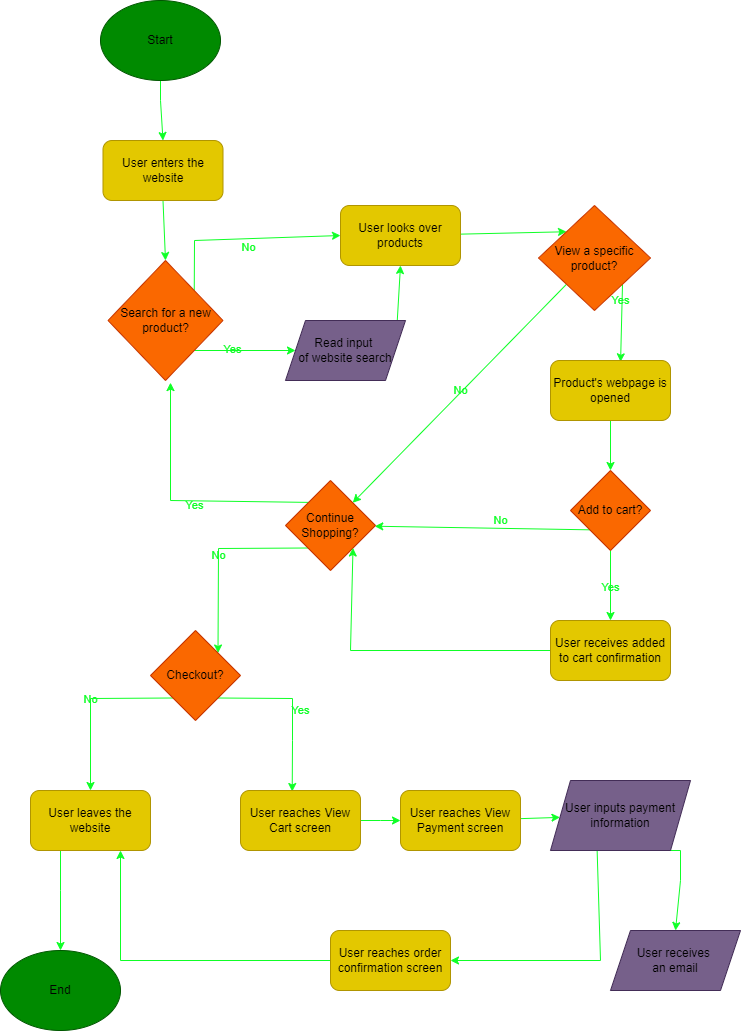
Earlier version of the draw.io export explore/diagramming/diagram.drawio.png (daniel-lee-user/sp23-cse110-lab4). Source tidied: cells renumbered, new cells last; positions are measured from the earlier drawing's top-left corner, leaving out a move shared by most shapes.
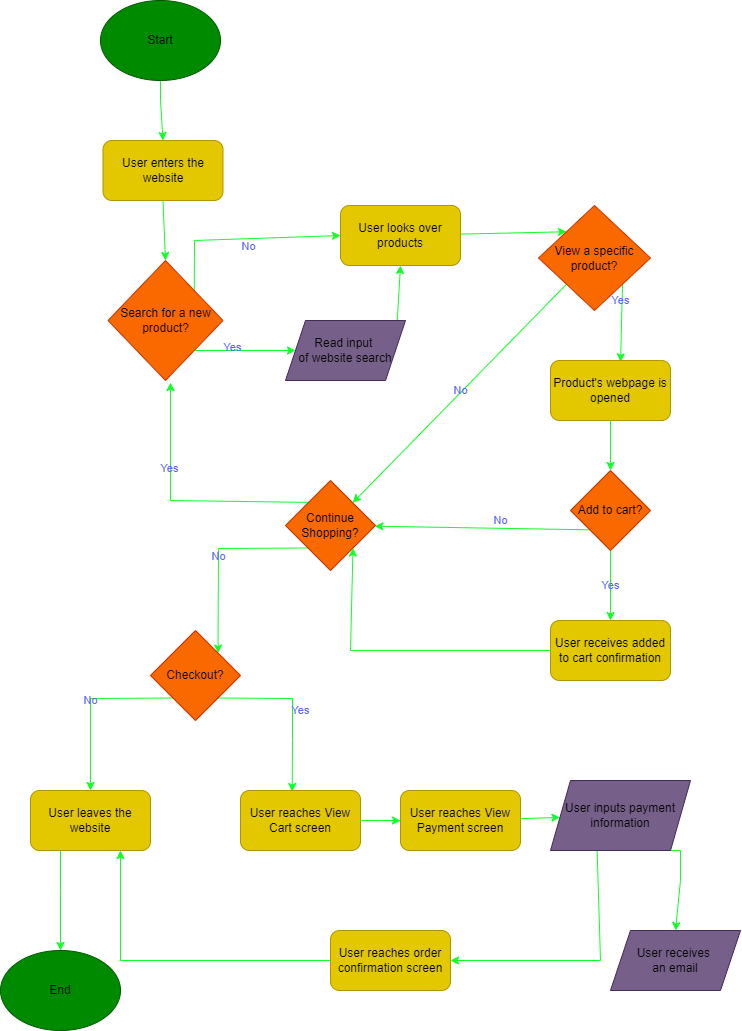
Above is the later version.

Commit message:
changed colors of text

What changed in the source:
```diff
@@ -18,22 +18,22 @@
     <mxCell id="5" value="User enters the website" style="rounded=1;whiteSpace=wrap;html=1;fillColor=#e3c800;strokeColor=#B09500;fontColor=#000000;" parent="1" vertex="1">
       <mxGeometry x="102.5" y="140" width="120" height="60" as="geometry" />
     </mxCell>
-    <mxCell id="6" style="edgeStyle=none;html=1;exitX=1;exitY=0;exitDx=0;exitDy=0;entryX=0;entryY=0.5;entryDx=0;entryDy=0;fontColor=#0FFF27;rounded=0;labelBackgroundColor=none;strokeColor=#0FFF27;" parent="1" edge="1" source="10" target="14">
+    <mxCell id="6" style="edgeStyle=none;html=1;exitX=1;exitY=0;exitDx=0;exitDy=0;entryX=0;entryY=0.5;entryDx=0;entryDy=0;fontColor=#5E64FF;rounded=0;labelBackgroundColor=none;strokeColor=#0FFF27;" parent="1" edge="1" source="10" target="14">
       <mxGeometry relative="1" as="geometry">
         <Array as="points">
           <mxPoint x="194" y="240" />
         </Array>
       </mxGeometry>
     </mxCell>
-    <mxCell id="7" value="&lt;font&gt;No&lt;/font&gt;" style="edgeLabel;html=1;align=center;verticalAlign=middle;fontColor=#0FFF27;strokeColor=#0E1D03;labelBackgroundColor=none;" parent="6" vertex="1">
+    <mxCell id="7" value="&lt;font color=&quot;#5e64ff&quot;&gt;No&lt;/font&gt;" style="edgeLabel;html=1;align=center;verticalAlign=middle;fontColor=#0FFF27;strokeColor=#0E1D03;labelBackgroundColor=none;" parent="6" vertex="1">
       <mxGeometry x="0.2" y="-1" relative="1" as="geometry">
         <mxPoint x="-14" y="7" as="offset" />
       </mxGeometry>
     </mxCell>
-    <mxCell id="8" style="edgeStyle=none;html=1;exitX=1;exitY=1;exitDx=0;exitDy=0;fontColor=#0FFF27;rounded=0;labelBackgroundColor=none;strokeColor=#0FFF27;" parent="1" edge="1" source="10" target="12">
+    <mxCell id="8" style="edgeStyle=none;html=1;exitX=1;exitY=1;exitDx=0;exitDy=0;fontColor=#5E64FF;rounded=0;labelBackgroundColor=none;strokeColor=#0FFF27;" parent="1" edge="1" source="10" target="12">
       <mxGeometry relative="1" as="geometry" />
     </mxCell>
-    <mxCell id="9" value="&lt;font&gt;Yes&lt;/font&gt;" style="edgeLabel;html=1;align=center;verticalAlign=middle;fontColor=#0FFF27;strokeColor=#011D00;labelBackgroundColor=none;" parent="8" vertex="1">
+    <mxCell id="9" value="&lt;font color=&quot;#5e64ff&quot;&gt;Yes&lt;/font&gt;" style="edgeLabel;html=1;align=center;verticalAlign=middle;fontColor=#0FFF27;strokeColor=#011D00;labelBackgroundColor=none;" parent="8" vertex="1">
       <mxGeometry x="-0.25" y="3" relative="1" as="geometry" />
     </mxCell>
     <mxCell id="10" value="Search for a new product?" style="rhombus;whiteSpace=wrap;html=1;fontColor=#000000;fillColor=#fa6800;strokeColor=#C73500;" parent="1" vertex="1">
@@ -45,16 +45,16 @@
     <mxCell id="12" value="&lt;font color=&quot;#000000&quot;&gt;Read input &lt;br&gt;of website search&lt;/font&gt;" style="shape=parallelogram;perimeter=parallelogramPerimeter;whiteSpace=wrap;html=1;fixedSize=1;fontColor=#ffffff;fillColor=#76608a;strokeColor=#432D57;" parent="1" vertex="1">
       <mxGeometry x="285" y="320" width="120" height="60" as="geometry" />
     </mxCell>
-    <mxCell id="13" style="edgeStyle=none;html=1;entryX=0;entryY=0;entryDx=0;entryDy=0;fontColor=#0FFF27;labelBackgroundColor=none;rounded=0;strokeColor=#0FFF27;" parent="1" edge="1" source="14" target="17">
+    <mxCell id="13" style="edgeStyle=none;html=1;entryX=0;entryY=0;entryDx=0;entryDy=0;fontColor=#5E64FF;labelBackgroundColor=none;rounded=0;strokeColor=#0FFF27;" parent="1" edge="1" source="14" target="17">
       <mxGeometry relative="1" as="geometry" />
     </mxCell>
     <mxCell id="14" value="User looks over products" style="rounded=1;whiteSpace=wrap;html=1;fontColor=#000000;fillColor=#e3c800;strokeColor=#B09500;" parent="1" vertex="1">
       <mxGeometry x="340" y="205" width="120" height="60" as="geometry" />
     </mxCell>
-    <mxCell id="15" value="&lt;font&gt;No&lt;/font&gt;" style="edgeStyle=none;html=1;exitX=0;exitY=1;exitDx=0;exitDy=0;fontColor=#0FFF27;rounded=0;labelBackgroundColor=none;strokeColor=#0FFF27;" parent="1" edge="1" source="17" target="26">
+    <mxCell id="15" value="&lt;font&gt;No&lt;/font&gt;" style="edgeStyle=none;html=1;exitX=0;exitY=1;exitDx=0;exitDy=0;fontColor=#5E64FF;rounded=0;labelBackgroundColor=none;strokeColor=#0FFF27;" parent="1" edge="1" source="17" target="26">
       <mxGeometry x="-0.02" y="-1" relative="1" as="geometry" />
     </mxCell>
-    <mxCell id="16" value="&lt;font&gt;Yes&lt;/font&gt;" style="edgeStyle=none;html=1;exitX=1;exitY=1;exitDx=0;exitDy=0;entryX=0.584;entryY=0.022;entryDx=0;entryDy=0;entryPerimeter=0;fontColor=#0FFF27;rounded=0;labelBackgroundColor=none;strokeColor=#0FFF27;" parent="1" edge="1" source="17" target="19">
+    <mxCell id="16" value="&lt;font&gt;Yes&lt;/font&gt;" style="edgeStyle=none;html=1;exitX=1;exitY=1;exitDx=0;exitDy=0;entryX=0.584;entryY=0.022;entryDx=0;entryDy=0;entryPerimeter=0;fontColor=#5E64FF;rounded=0;labelBackgroundColor=none;strokeColor=#0FFF27;" parent="1" edge="1" source="17" target="19">
       <mxGeometry x="-0.58" y="-2" relative="1" as="geometry" />
     </mxCell>
     <mxCell id="17" value="View a specific product?" style="rhombus;whiteSpace=wrap;html=1;fontColor=#000000;fillColor=#fa6800;strokeColor=#C73500;" parent="1" vertex="1">
@@ -66,16 +66,16 @@
     <mxCell id="19" value="Product's webpage is opened" style="rounded=1;whiteSpace=wrap;html=1;fontColor=#000000;fillColor=#e3c800;strokeColor=#B09500;" parent="1" vertex="1">
       <mxGeometry x="550" y="360" width="120" height="60" as="geometry" />
     </mxCell>
-    <mxCell id="20" value="&lt;font&gt;Yes&lt;/font&gt;" style="edgeStyle=none;html=1;fontColor=#0FFF27;entryX=0.5;entryY=0;entryDx=0;entryDy=0;rounded=0;labelBorderColor=none;labelBackgroundColor=none;strokeColor=#0FFF27;" parent="1" edge="1" source="22" target="28">
+    <mxCell id="20" value="&lt;font&gt;Yes&lt;/font&gt;" style="edgeStyle=none;html=1;fontColor=#5E64FF;entryX=0.5;entryY=0;entryDx=0;entryDy=0;rounded=0;labelBorderColor=none;labelBackgroundColor=none;strokeColor=#0FFF27;" parent="1" edge="1" source="22" target="28">
       <mxGeometry relative="1" as="geometry" />
     </mxCell>
-    <mxCell id="21" value="&lt;font&gt;No&lt;/font&gt;" style="edgeStyle=none;html=1;exitX=1;exitY=1;exitDx=0;exitDy=0;fontColor=#0FFF27;rounded=0;labelBackgroundColor=none;strokeColor=#0FFF27;" parent="1" edge="1" source="22" target="26">
+    <mxCell id="21" value="&lt;font&gt;No&lt;/font&gt;" style="edgeStyle=none;html=1;exitX=1;exitY=1;exitDx=0;exitDy=0;fontColor=#5E64FF;rounded=0;labelBackgroundColor=none;strokeColor=#0FFF27;" parent="1" edge="1" source="22" target="26">
       <mxGeometry x="0.02" y="-8" relative="1" as="geometry" />
     </mxCell>
     <mxCell id="22" value="Add to cart?" style="rhombus;whiteSpace=wrap;html=1;fontColor=#000000;fillColor=#fa6800;strokeColor=#C73500;" parent="1" vertex="1">
       <mxGeometry x="570" y="470" width="80" height="80" as="geometry" />
     </mxCell>
-    <mxCell id="23" style="edgeStyle=none;html=1;exitX=1;exitY=0;exitDx=0;exitDy=0;fontColor=#0FFF27;rounded=0;labelBackgroundColor=none;strokeColor=#0FFF27;" parent="1" edge="1" source="26">
+    <mxCell id="23" style="edgeStyle=none;html=1;exitX=1;exitY=0;exitDx=0;exitDy=0;fontColor=#5E64FF;rounded=0;labelBackgroundColor=none;strokeColor=#0FFF27;" parent="1" edge="1" source="26">
       <mxGeometry relative="1" as="geometry">
         <mxPoint x="170" y="382.1" as="targetPoint" />
         <Array as="points">
@@ -83,10 +83,10 @@
         </Array>
       </mxGeometry>
     </mxCell>
-    <mxCell id="24" value="&lt;font&gt;Yes&lt;/font&gt;" style="edgeLabel;html=1;align=center;verticalAlign=middle;fontColor=#0FFF27;labelBackgroundColor=none;" parent="23" vertex="1">
-      <mxGeometry x="0.07" y="3" relative="1" as="geometry" />
+    <mxCell id="24" value="&lt;font color=&quot;#5e64ff&quot;&gt;Yes&lt;/font&gt;" style="edgeLabel;html=1;align=center;verticalAlign=middle;fontSize=11;fontFamily=Helvetica;fontColor=#0FFF27;labelBackgroundColor=none;" parent="23" vertex="1">
+      <mxGeometry x="0.43" y="1" relative="1" as="geometry" />
     </mxCell>
-    <mxCell id="25" value="&lt;font&gt;No&lt;/font&gt;" style="edgeStyle=none;html=1;exitX=0;exitY=1;exitDx=0;exitDy=0;fontColor=#0FFF27;entryX=1;entryY=0;entryDx=0;entryDy=0;labelBackgroundColor=none;rounded=0;strokeColor=#0FFF27;" parent="1" edge="1" source="26" target="31">
+    <mxCell id="25" value="&lt;font&gt;No&lt;/font&gt;" style="edgeStyle=none;html=1;exitX=0;exitY=1;exitDx=0;exitDy=0;fontColor=#5E64FF;entryX=1;entryY=0;entryDx=0;entryDy=0;labelBackgroundColor=none;rounded=0;strokeColor=#0FFF27;" parent="1" edge="1" source="26" target="31">
       <mxGeometry relative="1" as="geometry">
         <Array as="points">
           <mxPoint x="218" y="548" />
@@ -106,14 +106,14 @@
     <mxCell id="28" value="User receives added to cart confirmation" style="rounded=1;whiteSpace=wrap;html=1;fontColor=#000000;fillColor=#e3c800;strokeColor=#B09500;" parent="1" vertex="1">
       <mxGeometry x="550" y="620" width="120" height="60" as="geometry" />
     </mxCell>
-    <mxCell id="29" value="&lt;font&gt;No&lt;/font&gt;" style="edgeStyle=none;html=1;exitX=0;exitY=1;exitDx=0;exitDy=0;fontColor=#0FFF27;entryX=0.5;entryY=0;entryDx=0;entryDy=0;labelBackgroundColor=none;rounded=0;strokeColor=#0FFF27;" parent="1" edge="1" source="31" target="33">
+    <mxCell id="29" value="&lt;font&gt;No&lt;/font&gt;" style="edgeStyle=none;html=1;exitX=0;exitY=1;exitDx=0;exitDy=0;fontColor=#5E64FF;entryX=0.5;entryY=0;entryDx=0;entryDy=0;labelBackgroundColor=none;rounded=0;strokeColor=#0FFF27;" parent="1" edge="1" source="31" target="33">
       <mxGeometry x="-0.03" relative="1" as="geometry">
         <Array as="points">
           <mxPoint x="90" y="698" />
         </Array>
       </mxGeometry>
     </mxCell>
-    <mxCell id="30" value="&lt;font&gt;Yes&lt;/font&gt;" style="edgeStyle=none;html=1;exitX=1;exitY=1;exitDx=0;exitDy=0;fontColor=#0FFF27;entryX=0.431;entryY=0.017;entryDx=0;entryDy=0;entryPerimeter=0;labelBackgroundColor=none;rounded=0;strokeColor=#0FFF27;" parent="1" edge="1" source="31" target="35">
+    <mxCell id="30" value="&lt;font&gt;Yes&lt;/font&gt;" style="edgeStyle=none;html=1;exitX=1;exitY=1;exitDx=0;exitDy=0;fontColor=#5E64FF;entryX=0.431;entryY=0.017;entryDx=0;entryDy=0;entryPerimeter=0;labelBackgroundColor=none;rounded=0;strokeColor=#0FFF27;" parent="1" edge="1" source="31" target="35">
       <mxGeometry x="0.03" y="8" relative="1" as="geometry">
         <Array as="points">
           <mxPoint x="292" y="698" />
```
